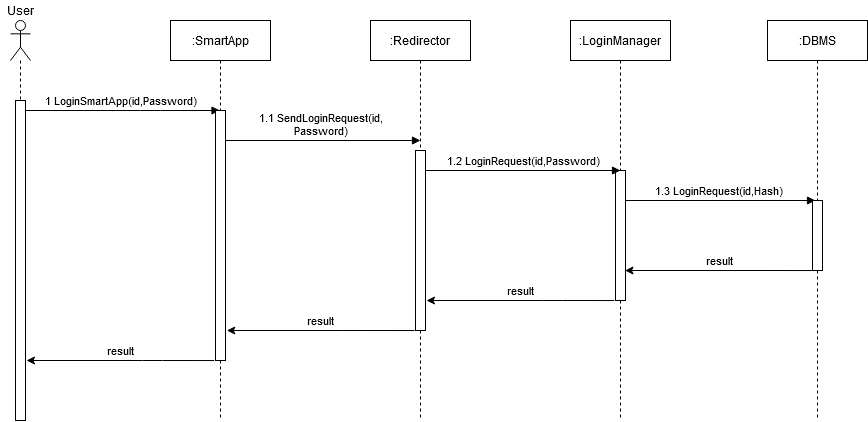
Above: DD/Images/RuntimeViewLogin.png in StefanoAzzone/AbelliAzzone (draw.io), before the change. Source tidied: cells renumbered, new cells last; positions are measured from the earlier drawing's top-left corner, leaving out a move shared by most shapes.
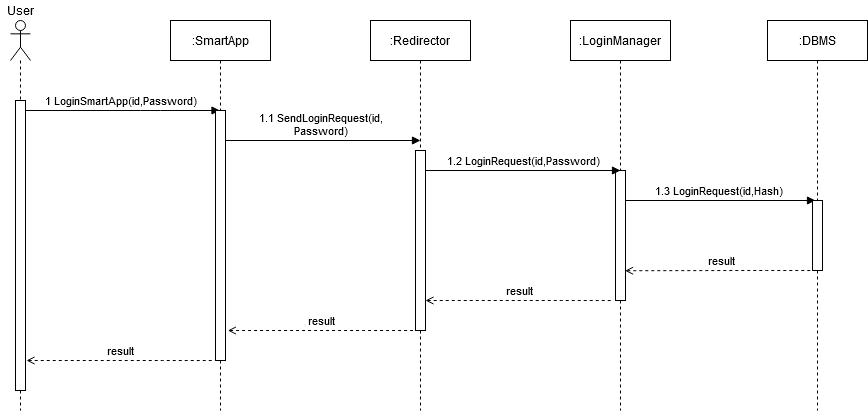
Later version of the same file.

Diff of the diagram source:
```diff
@@ -28,36 +28,36 @@
         </Array>
       </mxGeometry>
     </mxCell>
-    <mxCell id="5" style="shape=umlLifeline;participant=umlActor;perimeter=lifelinePerimeter;whiteSpace=wrap;html=1;verticalAlign=top;spacingTop=36;" parent="1" vertex="1">
-      <mxGeometry x="10" y="20" width="20" height="400" as="geometry" />
-    </mxCell>
-    <mxCell id="6" style="html=1;perimeter=orthogonalPerimeter;" parent="5" vertex="1">
-      <mxGeometry x="5" y="80" width="10" height="320" as="geometry" />
-    </mxCell>
+    <mxCell id="21" style="shape=umlLifeline;participant=umlActor;perimeter=lifelinePerimeter;whiteSpace=wrap;html=1;verticalAlign=top;spacingTop=36;" parent="1" vertex="1">
+      <mxGeometry x="10" y="20" width="20" height="390" as="geometry" />
+    </mxCell>
+    <mxCell id="22" style="html=1;perimeter=orthogonalPerimeter;" parent="21" vertex="1">
+      <mxGeometry x="5" y="80" width="10" height="290" as="geometry" />
+    </mxCell>
     <mxCell id="7" value=":SmartApp" style="shape=umlLifeline;perimeter=lifelinePerimeter;whiteSpace=wrap;html=1;outlineConnect=0;" parent="1" vertex="1">
-      <mxGeometry x="170" y="20" width="100" height="400" as="geometry" />
+      <mxGeometry x="170" y="20" width="100" height="390" as="geometry" />
     </mxCell>
     <mxCell id="8" style="html=1;perimeter=orthogonalPerimeter;" parent="7" vertex="1">
       <mxGeometry x="45" y="90" width="10" height="250" as="geometry" />
     </mxCell>
     <mxCell id="9" value=":Redirector" style="shape=umlLifeline;perimeter=lifelinePerimeter;whiteSpace=wrap;html=1;" parent="1" vertex="1">
-      <mxGeometry x="370" y="20" width="100" height="400" as="geometry" />
+      <mxGeometry x="370" y="20" width="100" height="390" as="geometry" />
     </mxCell>
     <mxCell id="10" value=":DBMS" style="shape=umlLifeline;perimeter=lifelinePerimeter;whiteSpace=wrap;html=1;" parent="1" vertex="1">
-      <mxGeometry x="767" y="20" width="100" height="400" as="geometry" />
+      <mxGeometry x="767" y="20" width="100" height="390" as="geometry" />
     </mxCell>
     <mxCell id="11" style="html=1;perimeter=orthogonalPerimeter;" parent="10" vertex="1">
       <mxGeometry x="45" y="180" width="10" height="70" as="geometry" />
     </mxCell>
     <mxCell id="12" value=":LoginManager" style="shape=umlLifeline;perimeter=lifelinePerimeter;whiteSpace=wrap;html=1;" parent="1" vertex="1">
-      <mxGeometry x="570" y="20" width="100" height="400" as="geometry" />
+      <mxGeometry x="570" y="20" width="100" height="390" as="geometry" />
     </mxCell>
     <mxCell id="13" style="html=1;points=[];perimeter=orthogonalPerimeter;" parent="12" vertex="1">
       <mxGeometry x="45" y="150" width="10" height="130" as="geometry" />
     </mxCell>
-    <mxCell id="14" style="html=1;perimeter=orthogonalPerimeter;" parent="1" vertex="1">
-      <mxGeometry x="415" y="150" width="10" height="180" as="geometry" />
-    </mxCell>
+    <mxCell id="23" style="html=1;perimeter=orthogonalPerimeter;" parent="1" vertex="1">
+      <mxGeometry x="415" y="150" width="10" height="180" as="geometry" />
+    </mxCell>
     <mxCell id="15" value="&lt;div&gt;1.2 LoginRequest(id,Password)&lt;/div&gt;" style="html=1;verticalAlign=bottom;endArrow=block;" parent="1" edge="1">
       <mxGeometry relative="1" as="geometry">
         <mxPoint x="425" y="170" as="sourcePoint" />
@@ -67,44 +67,43 @@
         </Array>
       </mxGeometry>
     </mxCell>
-    <mxCell id="16" value="result" style="html=1;verticalAlign=bottom;endArrow=none;endFill=0;startArrow=classic;startFill=1;entryX=0.016;entryY=0.412;entryDx=0;entryDy=0;entryPerimeter=0;exitX=0.95;exitY=1;exitDx=0;exitDy=0;exitPerimeter=0;" parent="1" edge="1">
-      <mxGeometry relative="1" as="geometry">
-        <mxPoint x="624.5" y="270" as="sourcePoint" />
-        <mxPoint x="812.2" y="270" as="targetPoint" />
-        <Array as="points">
-          <mxPoint x="750.5" y="270" />
-        </Array>
-      </mxGeometry>
-    </mxCell>
-    <mxCell id="17" value="result" style="html=1;verticalAlign=bottom;endArrow=none;endFill=0;startArrow=classic;startFill=1;entryX=0.016;entryY=0.412;entryDx=0;entryDy=0;entryPerimeter=0;exitX=0.95;exitY=1;exitDx=0;exitDy=0;exitPerimeter=0;" parent="1" edge="1">
-      <mxGeometry relative="1" as="geometry">
-        <mxPoint x="426" y="300" as="sourcePoint" />
-        <mxPoint x="613.7" y="300" as="targetPoint" />
-        <Array as="points">
-          <mxPoint x="552" y="300" />
-        </Array>
-      </mxGeometry>
-    </mxCell>
-    <mxCell id="18" value="result" style="html=1;verticalAlign=bottom;endArrow=none;endFill=0;startArrow=classic;startFill=1;entryX=0.016;entryY=0.412;entryDx=0;entryDy=0;entryPerimeter=0;exitX=0.95;exitY=1;exitDx=0;exitDy=0;exitPerimeter=0;" parent="1" edge="1">
-      <mxGeometry relative="1" as="geometry">
-        <mxPoint x="226.3" y="330" as="sourcePoint" />
-        <mxPoint x="414" y="330" as="targetPoint" />
-        <Array as="points">
-          <mxPoint x="352.3" y="330" />
-        </Array>
-      </mxGeometry>
-    </mxCell>
-    <mxCell id="19" value="result" style="html=1;verticalAlign=bottom;endArrow=none;endFill=0;startArrow=classic;startFill=1;entryX=0.016;entryY=0.412;entryDx=0;entryDy=0;entryPerimeter=0;exitX=0.95;exitY=1;exitDx=0;exitDy=0;exitPerimeter=0;" parent="1" edge="1">
-      <mxGeometry relative="1" as="geometry">
-        <mxPoint x="26" y="360" as="sourcePoint" />
-        <mxPoint x="213.7" y="360" as="targetPoint" />
-        <Array as="points">
-          <mxPoint x="152" y="360" />
-        </Array>
-      </mxGeometry>
-    </mxCell>
+    <mxCell id="24" value="result" style="html=1;verticalAlign=bottom;endArrow=none;endFill=0;startArrow=open;startFill=0;entryX=0.016;entryY=0.412;entryDx=0;entryDy=0;entryPerimeter=0;exitX=0.95;exitY=1;exitDx=0;exitDy=0;exitPerimeter=0;dashed=1;" parent="1" edge="1">
+      <mxGeometry relative="1" as="geometry">
+        <mxPoint x="26" y="360" as="sourcePoint" />
+        <mxPoint x="213.7" y="360" as="targetPoint" />
+        <Array as="points">
+          <mxPoint x="152" y="360" />
+        </Array>
+      </mxGeometry>
+    </mxCell>
     <mxCell id="20" value="User" style="text;html=1;align=center;verticalAlign=middle;" parent="1" vertex="1">
       <mxGeometry width="40" height="20" as="geometry" />
     </mxCell>
+    <mxCell id="25" value="result" style="html=1;verticalAlign=bottom;endArrow=none;endFill=0;startArrow=open;startFill=0;entryX=0.016;entryY=0.412;entryDx=0;entryDy=0;entryPerimeter=0;exitX=0.95;exitY=1;exitDx=0;exitDy=0;exitPerimeter=0;dashed=1;" parent="1" edge="1">
+      <mxGeometry relative="1" as="geometry">
+        <mxPoint x="227.3" y="330" as="sourcePoint" />
+        <mxPoint x="415" y="330" as="targetPoint" />
+        <Array as="points">
+          <mxPoint x="353.3" y="330" />
+        </Array>
+      </mxGeometry>
+    </mxCell>
+    <mxCell id="26" value="result" style="html=1;verticalAlign=bottom;endArrow=none;endFill=0;startArrow=open;startFill=0;entryX=0.016;entryY=0.412;entryDx=0;entryDy=0;entryPerimeter=0;exitX=0.95;exitY=1;exitDx=0;exitDy=0;exitPerimeter=0;dashed=1;" parent="1" edge="1">
+      <mxGeometry relative="1" as="geometry">
+        <mxPoint x="425" y="300" as="sourcePoint" />
+        <mxPoint x="612.7" y="300" as="targetPoint" />
+        <Array as="points">
+          <mxPoint x="551" y="300" />
+        </Array>
+      </mxGeometry>
+    </mxCell>
+    <mxCell id="27" value="result" style="html=1;verticalAlign=bottom;endArrow=none;endFill=0;startArrow=open;startFill=0;entryX=0.016;entryY=0.412;entryDx=0;entryDy=0;entryPerimeter=0;exitX=0.957;exitY=0.771;exitDx=0;exitDy=0;exitPerimeter=0;dashed=1;" parent="1" edge="1" source="13">
+      <mxGeometry relative="1" as="geometry">
+        <mxPoint x="817.7" y="270" as="targetPoint" />
+        <Array as="points">
+          <mxPoint x="756" y="270" />
+        </Array>
+      </mxGeometry>
+    </mxCell>
   </root>
 </mxGraphModel>
```
